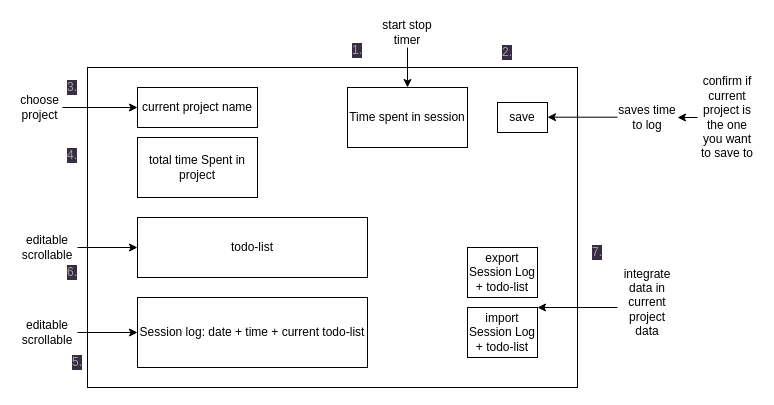
Earlier version of the draw.io diagram mockup.drawio (FDoerr/time_tracker_python). Source tidied: cells renumbered, new cells numbered last; positions are measured from the earlier drawing's top-left corner, leaving out a move shared by most shapes. Both pictures are drawn from the tidied source at 100%, with x=0, y=0 at pixel (17, 17).
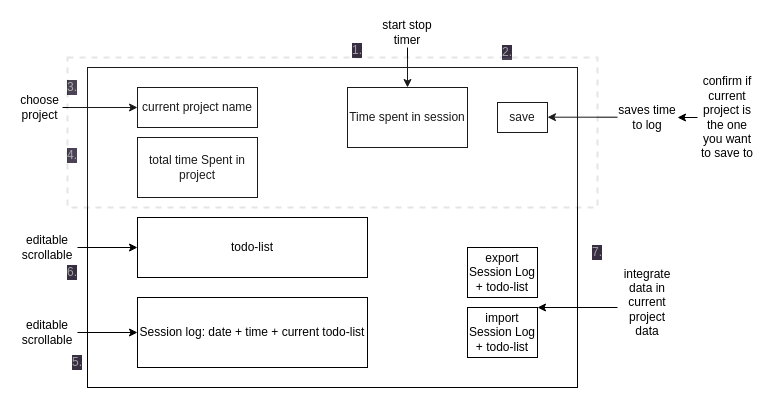
Above is the later version.

Commit message:
clarified essential in mockup

Diff of the diagram source:
```diff
@@
+    <mxCell id="32" style="rounded=0;whiteSpace=wrap;html=1;opacity=10;dashed=1;strokeWidth=2;" parent="1" vertex="1">
+      <mxGeometry x="50" y="40" width="530" height="150" as="geometry" />
+    </mxCell>
```
